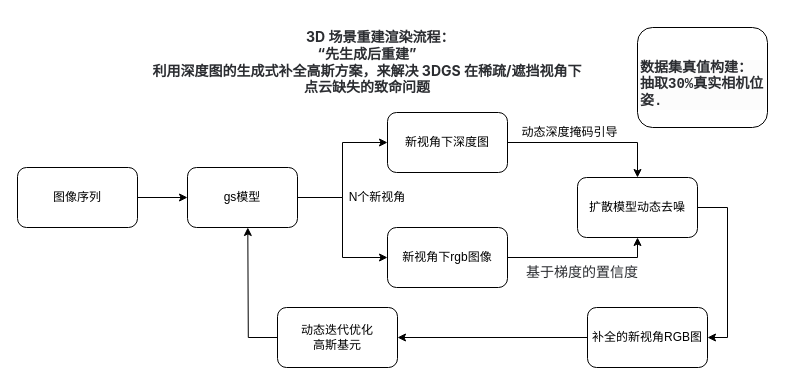
Before: model_net.drawio in zzcPeace/draw.io, a draw.io diagram. Source tidied: cells renumbered, new cells numbered last; positions are measured from the earlier drawing's top-left corner, leaving out a move shared by most shapes. Both pictures are drawn from the tidied source at 100%, with x=0, y=0 at pixel (17, 17).
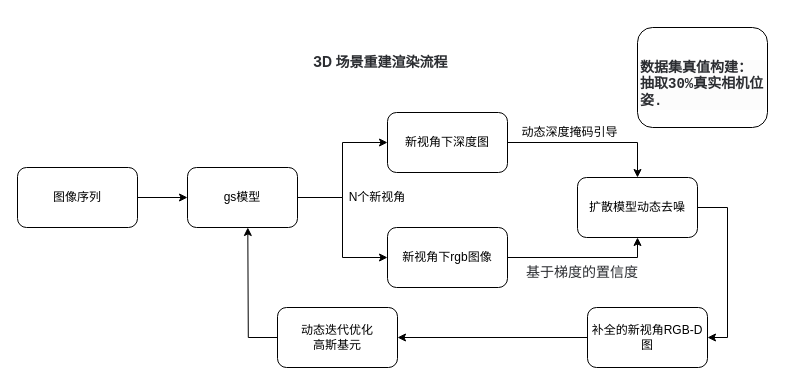
The same diagram, later.

Diff of the diagram source:
```diff
@@
-    <mxCell id="10" value="补全的新视角RGB图" style="whiteSpace=wrap;html=1;rounded=1;" parent="1" vertex="1">
+    <mxCell id="10" value="补全的新视角RGB-D图" style="whiteSpace=wrap;html=1;rounded=1;" parent="1" vertex="1">
       <mxGeometry x="570" y="290" width="120" height="60" as="geometry" />
     </mxCell>
@@
-    <mxCell id="13" value="&lt;strong class=&quot;ng-star-inserted&quot; style=&quot;box-sizing: border-box; color: rgb(43, 45, 49); font-family: Inter, sans-serif; font-size: 14px; text-align: start; background-color: rgb(255, 255, 255);&quot;&gt;&lt;span class=&quot;ng-star-inserted&quot; style=&quot;box-sizing: border-box;&quot;&gt;&lt;span style=&quot;white-space: pre;&quot;&gt;&#9;&lt;/span&gt;3D 场景重建渲染流程：&lt;br&gt;“先生成后重建”&lt;br&gt;&lt;/span&gt;&lt;/strong&gt;&lt;div&gt;&lt;strong class=&quot;ng-star-inserted&quot; style=&quot;box-sizing: border-box; color: rgb(43, 45, 49); font-family: Inter, sans-serif; font-size: 14px; text-align: start; background-color: rgb(255, 255, 255);&quot;&gt;&lt;span class=&quot;ng-star-inserted&quot; style=&quot;box-sizing: border-box;&quot;&gt;利用深度图的生成式补全高斯方案，来解决 3DGS 在稀疏/遮挡视角下&lt;/span&gt;&lt;/strong&gt;&lt;/div&gt;&lt;div&gt;&lt;strong class=&quot;ng-star-inserted&quot; style=&quot;box-sizing: border-box; color: rgb(43, 45, 49); font-family: Inter, sans-serif; font-size: 14px; text-align: start; background-color: rgb(255, 255, 255);&quot;&gt;&lt;span class=&quot;ng-star-inserted&quot; style=&quot;box-sizing: border-box;&quot;&gt;点云缺失的致命问题&lt;/span&gt;&lt;/strong&gt;&lt;/div&gt;" style="text;html=1;whiteSpace=wrap;strokeColor=none;fillColor=none;align=center;verticalAlign=middle;rounded=0;" parent="1" vertex="1">
+    <mxCell id="13" value="&lt;strong class=&quot;ng-star-inserted&quot; style=&quot;box-sizing: border-box; color: rgb(43, 45, 49); font-family: Inter, sans-serif; font-size: 14px; text-align: start; background-color: rgb(255, 255, 255);&quot;&gt;&lt;span class=&quot;ng-star-inserted&quot; style=&quot;box-sizing: border-box;&quot;&gt;&lt;span style=&quot;white-space: pre;&quot;&gt;&#9;&lt;/span&gt;3D 场景重建渲染流程&lt;br&gt;&lt;/span&gt;&lt;/strong&gt;" style="text;html=1;whiteSpace=wrap;strokeColor=none;fillColor=none;align=center;verticalAlign=middle;rounded=0;" parent="1" vertex="1">
       <mxGeometry x="115" width="470" height="90" as="geometry" />
     </mxCell>
```
